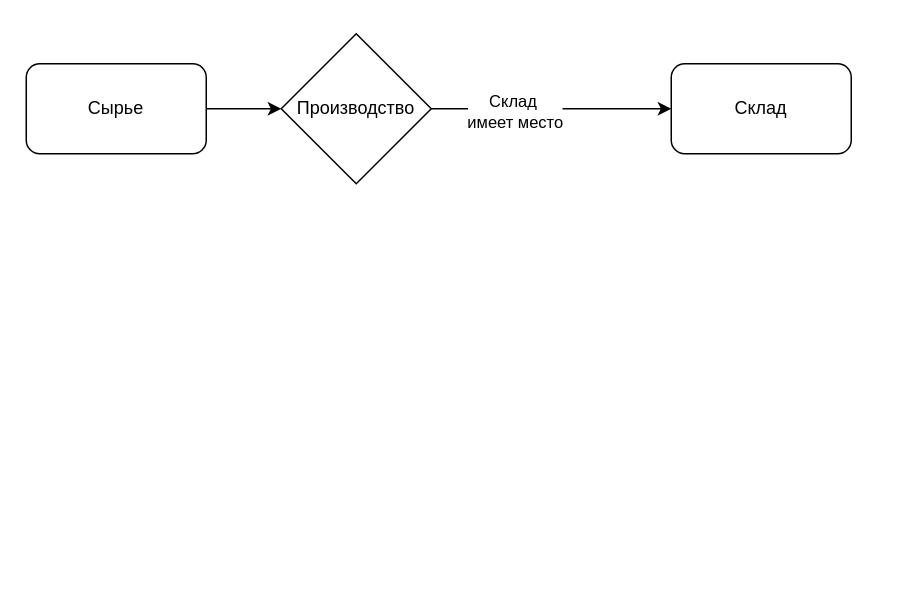
MatherTGL/Mexico-Tycoon-Last keeps this draw.io diagram as Assets/Documents/Производство.drawio. Above is the earlier version. Source tidied: cells renumbered, new cells numbered last; positions are measured from the earlier drawing's top-left corner, leaving out a move shared by most shapes. Both pictures are drawn from the tidied source at 150%, with x=0, y=0 at pixel (26, 33).
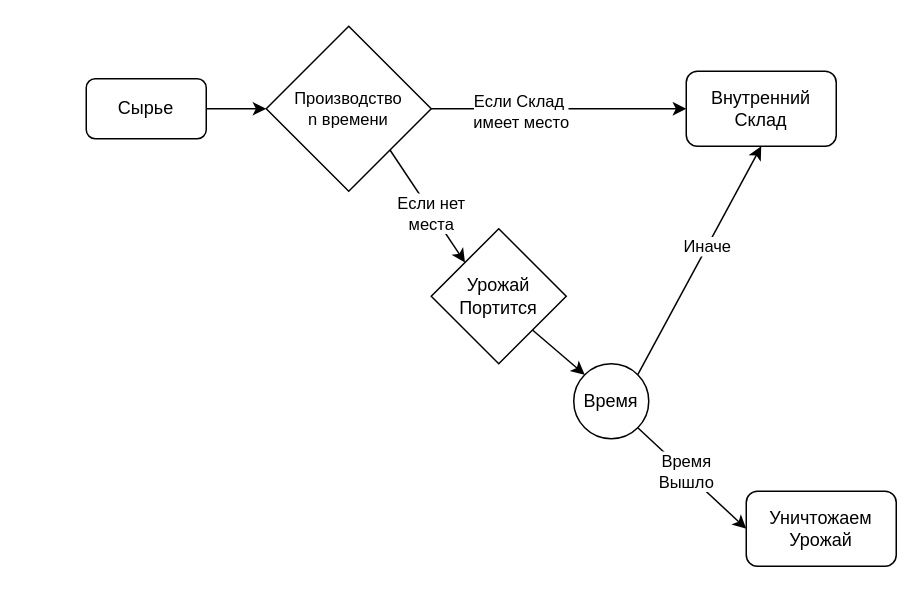
The same diagram, later.

What changed in the source:
```diff
@@
 <mxGraphModel>
   <root>
     <mxCell id="0" />
     <mxCell id="1" parent="0" />
     <mxCell id="2" value="Сырье" style="rounded=1;whiteSpace=wrap;html=1;" parent="1" vertex="1">
-      <mxGeometry y="20" width="120" height="60" as="geometry" />
+      <mxGeometry x="40" y="30" width="80" height="40" as="geometry" />
     </mxCell>
-    <mxCell id="3" value="Производство" style="rhombus;whiteSpace=wrap;html=1;" parent="1" vertex="1">
-      <mxGeometry x="170" width="100" height="100" as="geometry" />
+    <mxCell id="3" value="&lt;div style=&quot;font-size: 11px;&quot;&gt;&lt;font style=&quot;font-size: 11px;&quot;&gt;Производство&lt;/font&gt;&lt;/div&gt;&lt;font style=&quot;font-size: 11px;&quot;&gt;n времени&lt;/font&gt;" style="rhombus;whiteSpace=wrap;html=1;" parent="1" vertex="1">
+      <mxGeometry x="160" y="-5" width="110" height="110" as="geometry" />
     </mxCell>
-    <mxCell id="4" value="Склад" style="rounded=1;whiteSpace=wrap;html=1;" parent="1" vertex="1">
-      <mxGeometry x="430" y="20" width="120" height="60" as="geometry" />
+    <mxCell id="4" value="Внутренний&lt;br&gt;&lt;div&gt;Склад&lt;/div&gt;" style="rounded=1;whiteSpace=wrap;html=1;" parent="1" vertex="1">
+      <mxGeometry x="440" y="25" width="100" height="50" as="geometry" />
     </mxCell>
     <mxCell id="5" style="endArrow=classic;html=1;rounded=0;exitX=1;exitY=0.5;exitDx=0;exitDy=0;entryX=0;entryY=0.5;entryDx=0;entryDy=0;" parent="1" edge="1" source="2" target="3">
       <mxGeometry relative="1" as="geometry" />
     </mxCell>
     <mxCell id="6" style="endArrow=classic;html=1;rounded=0;entryX=0;entryY=0.5;entryDx=0;entryDy=0;exitX=1;exitY=0.5;exitDx=0;exitDy=0;" parent="1" edge="1" source="3" target="4">
       <mxGeometry relative="1" as="geometry" />
     </mxCell>
-    <mxCell id="7" value="&lt;div&gt;Склад&amp;nbsp;&lt;/div&gt;&lt;div&gt;имеет место&lt;/div&gt;" style="edgeLabel;html=1;align=center;verticalAlign=middle;" parent="6" vertex="1">
+    <mxCell id="7" value="&lt;div&gt;Если Склад&amp;nbsp;&lt;/div&gt;&lt;div&gt;имеет место&lt;/div&gt;" style="edgeLabel;html=1;align=center;verticalAlign=middle;" parent="6" vertex="1">
       <mxGeometry x="-0.31" y="-1" relative="1" as="geometry" />
     </mxCell>
+    <mxCell id="8" value="&lt;div&gt;Урожай&lt;/div&gt;&lt;div&gt;Портится&lt;br&gt;&lt;/div&gt;" style="rhombus;whiteSpace=wrap;html=1;" parent="1" vertex="1">
+      <mxGeometry x="270" y="130" width="90" height="90" as="geometry" />
+    </mxCell>
+    <mxCell id="9" value="&lt;div&gt;Уничтожаем&lt;/div&gt;&lt;div&gt;Урожай&lt;br&gt;&lt;/div&gt;" style="rounded=1;whiteSpace=wrap;html=1;" parent="1" vertex="1">
+      <mxGeometry x="480" y="305" width="100" height="50" as="geometry" />
+    </mxCell>
+    <mxCell id="10" style="endArrow=classic;html=1;rounded=0;exitX=1;exitY=1;exitDx=0;exitDy=0;entryX=0;entryY=0;entryDx=0;entryDy=0;" parent="1" edge="1" source="3" target="8">
+      <mxGeometry relative="1" as="geometry" />
+    </mxCell>
+    <mxCell id="11" value="&lt;div&gt;Если нет&lt;/div&gt;&lt;div&gt;места&lt;br&gt;&lt;/div&gt;" style="edgeLabel;html=1;align=center;verticalAlign=middle;" parent="10" vertex="1">
+      <mxGeometry x="0.14" relative="1" as="geometry">
+        <mxPoint x="-1" as="offset" />
+      </mxGeometry>
+    </mxCell>
+    <mxCell id="12" value="Время" style="ellipse;whiteSpace=wrap;html=1;" parent="1" vertex="1">
+      <mxGeometry x="365" y="220" width="50" height="50" as="geometry" />
+    </mxCell>
+    <mxCell id="13" style="endArrow=classic;html=1;rounded=0;exitX=1;exitY=1;exitDx=0;exitDy=0;entryX=0;entryY=0;entryDx=0;entryDy=0;" parent="1" edge="1" source="8" target="12">
+      <mxGeometry relative="1" as="geometry" />
+    </mxCell>
+    <mxCell id="14" style="endArrow=classic;html=1;rounded=0;exitX=1;exitY=1;exitDx=0;exitDy=0;entryX=0;entryY=0.5;entryDx=0;entryDy=0;" parent="1" edge="1" source="12" target="9">
+      <mxGeometry relative="1" as="geometry" />
+    </mxCell>
+    <mxCell id="15" value="&lt;div&gt;Время&lt;/div&gt;&lt;div&gt;Вышло&lt;br&gt;&lt;/div&gt;" style="edgeLabel;html=1;align=center;verticalAlign=middle;" parent="14" vertex="1">
+      <mxGeometry x="-0.12" relative="1" as="geometry" />
+    </mxCell>
+    <mxCell id="16" style="endArrow=classic;html=1;rounded=0;exitX=1;exitY=0;exitDx=0;exitDy=0;entryX=0.5;entryY=1;entryDx=0;entryDy=0;" parent="1" edge="1" source="12" target="4">
+      <mxGeometry relative="1" as="geometry" />
+    </mxCell>
+    <mxCell id="17" value="Иначе" style="edgeLabel;html=1;align=center;verticalAlign=middle;" parent="16" vertex="1">
+      <mxGeometry x="0.12" relative="1" as="geometry" />
+    </mxCell>
   </root>
 </mxGraphModel>
```
